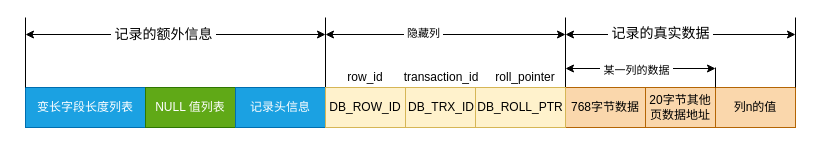
Earlier version of the draw.io diagram page "行溢出数据" (8 of 9) of mysql/MySQL客户端请求服务端.drawio (josek43326/draw.io). Source tidied: cells renumbered, new cells numbered last; positions are measured from the earlier drawing's top-left corner, leaving out a move shared by most shapes. Both pictures are drawn from the tidied source at 100%, with x=0, y=0 at pixel (25, 17).
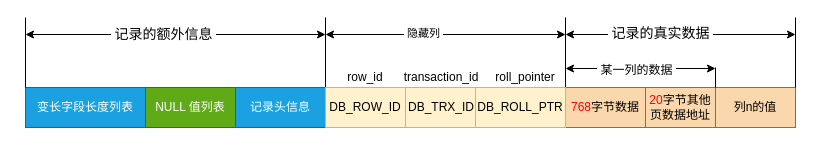
The same diagram, later.

Unchanged cells that the change refers to:
```xml
<mxCell id="28" style="endArrow=classic;startArrow=classic;html=1;rounded=0;" parent="1" edge="1">
  <mxGeometry relative="1" as="geometry">
    <mxPoint x="540" y="51" as="sourcePoint" />
    <mxPoint x="690" y="51" as="targetPoint" />
  </mxGeometry>
</mxCell>
```

The edit, as a diff of the source:
```diff
@@
-    <mxCell id="5" value="768字节数据" style="rounded=0;whiteSpace=wrap;html=1;fillColor=#fad7ac;strokeColor=#b46504;" parent="1" vertex="1">
+    <mxCell id="5" value="&lt;font color=&quot;#ff0000&quot;&gt;768&lt;/font&gt;字节数据" style="rounded=0;whiteSpace=wrap;html=1;fillColor=#fad7ac;strokeColor=#b46504;" parent="1" vertex="1">
       <mxGeometry x="540" y="70" width="80" height="40" as="geometry" />
     </mxCell>
-    <mxCell id="6" value="20字节其他页数据地址" style="rounded=0;whiteSpace=wrap;html=1;fillColor=#fad7ac;strokeColor=#b46504;" parent="1" vertex="1">
+    <mxCell id="6" value="&lt;font color=&quot;#ff0000&quot;&gt;20&lt;/font&gt;字节其他页数据地址" style="rounded=0;whiteSpace=wrap;html=1;fillColor=#fad7ac;strokeColor=#b46504;" parent="1" vertex="1">
       <mxGeometry x="620" y="70" width="70" height="40" as="geometry" />
     </mxCell>
@@
-    <mxCell id="29" value="&amp;nbsp;某一列的数据&amp;nbsp;" style="edgeLabel;html=1;align=center;verticalAlign=middle;" parent="28" vertex="1">
+    <mxCell id="29" value="&amp;nbsp;某一列的数据&amp;nbsp;" style="edgeLabel;html=1;align=center;verticalAlign=middle;fontSize=12;" parent="28" vertex="1">
       <mxGeometry x="-0.36" y="-1" relative="1" as="geometry">
         <mxPoint x="22" as="offset" />
       </mxGeometry>
     </mxCell>
```
